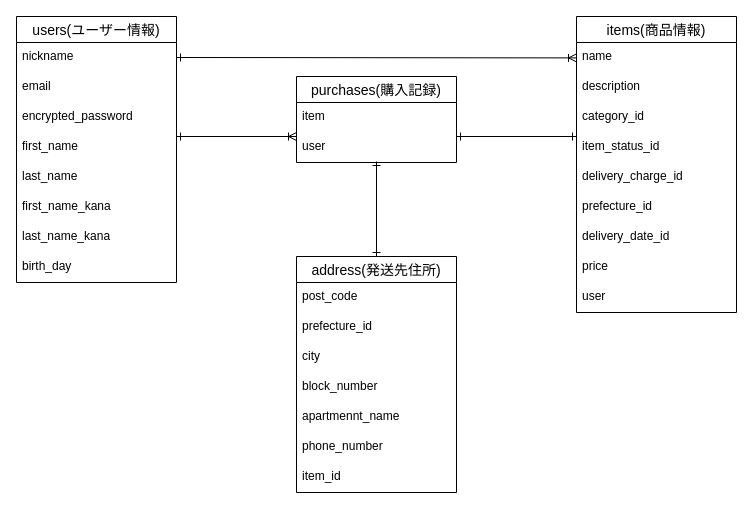
This is er.dio from Matsu-sh821/furima-41338, a draw.io file, before an edit. Source tidied: cells renumbered, new cells numbered last; positions are measured from the earlier drawing's top-left corner, leaving out a move shared by most shapes. Both pictures are drawn from the tidied source at 100%, with x=0, y=0 at pixel (16, 16).
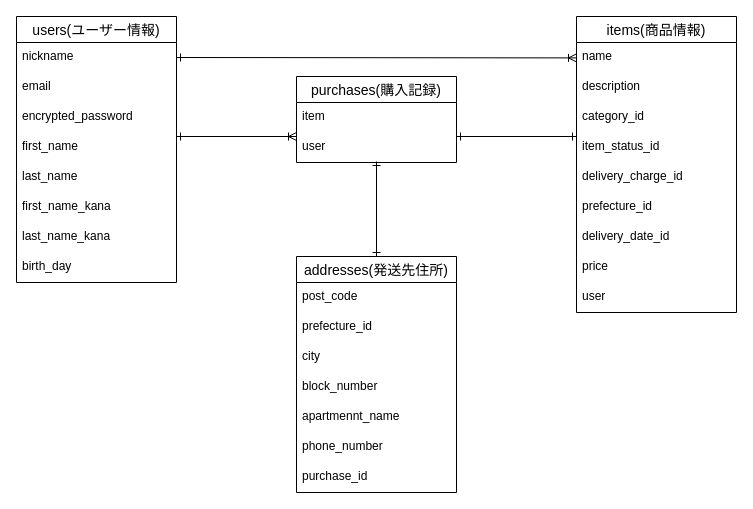
After the change.

Change to the diagram source:
```diff
@@
-    <mxCell id="26" value="address(発送先住所)" style="swimlane;fontStyle=0;horizontal=1;startSize=26;align=center;fontSize=14;" parent="1" vertex="1">
+    <mxCell id="26" value="addresses(発送先住所)" style="swimlane;fontStyle=0;horizontal=1;startSize=26;align=center;fontSize=14;" parent="1" vertex="1">
       <mxGeometry x="280" y="240" width="160" height="236" as="geometry" />
     </mxCell>
@@
-    <mxCell id="33" value="item_id" style="text;strokeColor=none;fillColor=none;spacingLeft=4;spacingRight=4;overflow=hidden;fontSize=12;" parent="26" vertex="1">
+    <mxCell id="33" value="purchase_id" style="text;strokeColor=none;fillColor=none;spacingLeft=4;spacingRight=4;overflow=hidden;fontSize=12;" parent="26" vertex="1">
       <mxGeometry y="206" width="160" height="30" as="geometry" />
     </mxCell>
```
